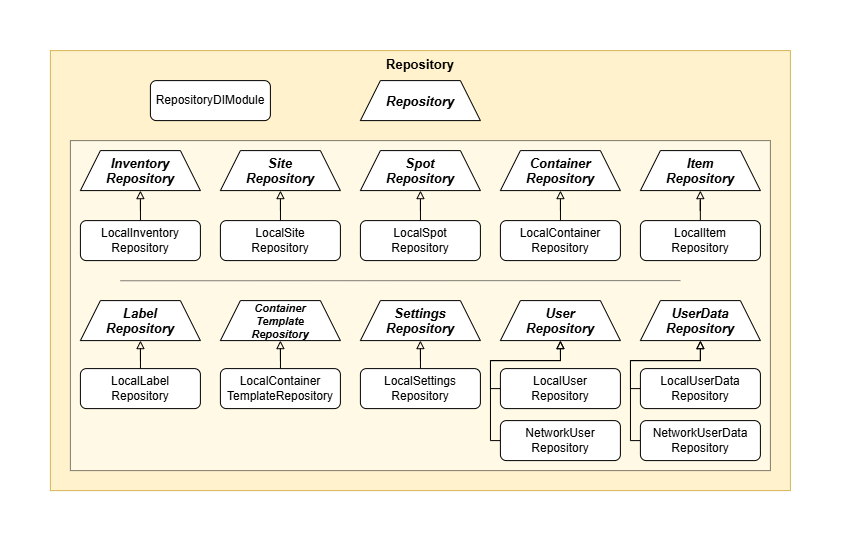
The draw.io diagram dev_doc/documents/_res/_sw_design_zoom/Software_Design_Diagram__Repository.png in filippochinni/inventory-app, before a commit. Source tidied: cells renumbered, new cells last; positions are measured from the earlier drawing's top-left corner, leaving out a move shared by most shapes.
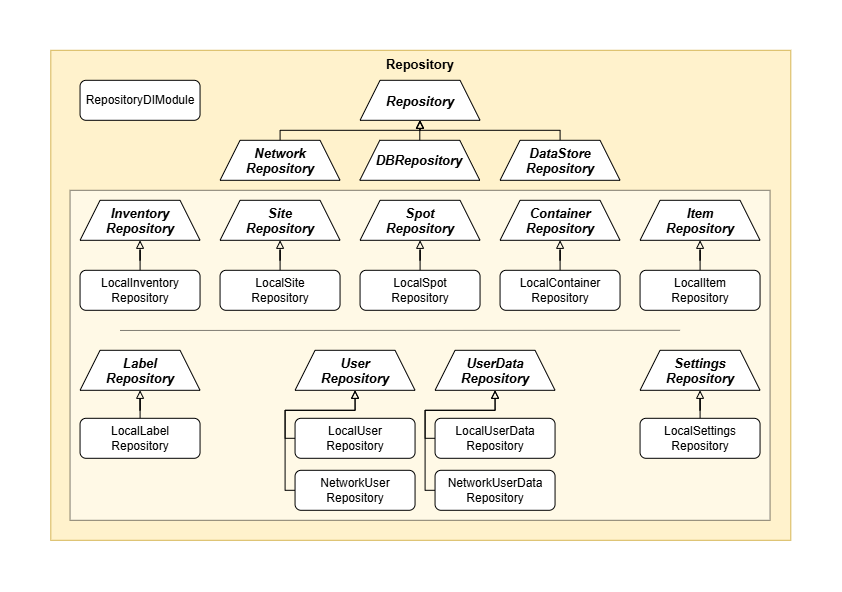
Later version of the same file.

Commit message:
Fix: Software Design Changes

Diff of the diagram source:
```diff
@@ -3,17 +3,17 @@
     <mxCell id="0" />
     <mxCell id="1" parent="0" />
     <mxCell id="2" value="&lt;b&gt;&lt;font style=&quot;font-size: 13px;&quot;&gt;Repository&lt;/font&gt;&lt;/b&gt;" style="rounded=0;whiteSpace=wrap;html=1;verticalAlign=top;fillColor=#fff2cc;strokeColor=#d6b656;" parent="1" vertex="1">
-      <mxGeometry width="740" height="440" as="geometry" />
+      <mxGeometry x="0.8" y="-50" width="740" height="490" as="geometry" />
     </mxCell>
     <mxCell id="3" value="&lt;div&gt;&lt;span style=&quot;background-color: transparent; color: light-dark(rgb(0, 0, 0), rgb(255, 255, 255));&quot;&gt;RepositoryDIModule&lt;/span&gt;&lt;/div&gt;" style="rounded=1;whiteSpace=wrap;html=1;glass=0;shadow=0;" parent="1" vertex="1">
-      <mxGeometry x="100" y="30" width="120" height="40" as="geometry" />
+      <mxGeometry x="30" y="-20" width="120" height="40" as="geometry" />
     </mxCell>
     <mxCell id="4" value="Repository" style="shape=trapezoid;perimeter=trapezoidPerimeter;whiteSpace=wrap;html=1;shapeInside=1;fixedSize=1;verticalAlign=middle;fontSize=13;fontStyle=3;" parent="1" vertex="1">
-      <mxGeometry x="310" y="30" width="120" height="40" as="geometry" />
+      <mxGeometry x="310" y="-20" width="120" height="40" as="geometry" />
     </mxCell>
-    <mxCell id="5" style="rounded=0;whiteSpace=wrap;html=1;opacity=50;" parent="1" vertex="1">
-      <mxGeometry x="20" y="90" width="700" height="330" as="geometry" />
-    </mxCell>
+    <mxCell id="41" style="rounded=0;whiteSpace=wrap;html=1;opacity=50;" parent="1" vertex="1">
+      <mxGeometry x="20" y="90" width="700" height="330" as="geometry" />
+    </mxCell>
     <mxCell id="6" value="Inventory&lt;br&gt;&lt;span style=&quot;background-color: transparent; color: light-dark(rgb(0, 0, 0), rgb(255, 255, 255));&quot;&gt;Repository&lt;/span&gt;" style="shape=trapezoid;perimeter=trapezoidPerimeter;whiteSpace=wrap;html=1;shapeInside=1;fixedSize=1;verticalAlign=middle;fontSize=13;fontStyle=3;" parent="1" vertex="1">
       <mxGeometry x="30" y="100" width="120" height="40" as="geometry" />
     </mxCell>
@@ -35,26 +35,23 @@
     <mxCell id="12" value="Item&lt;br&gt;Repository" style="shape=trapezoid;perimeter=trapezoidPerimeter;whiteSpace=wrap;html=1;shapeInside=1;fixedSize=1;verticalAlign=middle;fontSize=13;fontStyle=3;" parent="1" vertex="1">
       <mxGeometry x="590" y="100" width="120" height="40" as="geometry" />
     </mxCell>
-    <mxCell id="13" value="Container&lt;br&gt;Template&lt;br&gt;Repository" style="shape=trapezoid;perimeter=trapezoidPerimeter;whiteSpace=wrap;html=1;shapeInside=1;fixedSize=1;verticalAlign=middle;fontSize=11;fontStyle=3;" parent="1" vertex="1">
-      <mxGeometry x="170" y="250" width="120" height="40" as="geometry" />
-    </mxCell>
     <mxCell id="14" value="Label&lt;br&gt;Repository" style="shape=trapezoid;perimeter=trapezoidPerimeter;whiteSpace=wrap;html=1;shapeInside=1;fixedSize=1;verticalAlign=middle;fontSize=13;fontStyle=3;" parent="1" vertex="1">
       <mxGeometry x="30" y="250" width="120" height="40" as="geometry" />
     </mxCell>
-    <mxCell id="15" style="endArrow=none;html=1;rounded=0;entryX=0.894;entryY=0.368;entryDx=0;entryDy=0;entryPerimeter=0;textOpacity=50;fontSize=8;opacity=50;" parent="1" edge="1">
-      <mxGeometry relative="1" as="geometry">
-        <mxPoint x="70" y="230.2" as="sourcePoint" />
-        <mxPoint x="630" y="230" as="targetPoint" />
-      </mxGeometry>
-    </mxCell>
+    <mxCell id="42" style="endArrow=none;html=1;rounded=0;entryX=0.894;entryY=0.368;entryDx=0;entryDy=0;entryPerimeter=0;textOpacity=50;fontSize=8;opacity=50;" parent="1" edge="1">
+      <mxGeometry relative="1" as="geometry">
+        <mxPoint x="70" y="230.2" as="sourcePoint" />
+        <mxPoint x="630.1" y="230" as="targetPoint" />
+      </mxGeometry>
+    </mxCell>
     <mxCell id="16" value="Settings&lt;br&gt;Repository" style="shape=trapezoid;perimeter=trapezoidPerimeter;whiteSpace=wrap;html=1;shapeInside=1;fixedSize=1;verticalAlign=middle;fontSize=13;fontStyle=3;" parent="1" vertex="1">
-      <mxGeometry x="310" y="250" width="120" height="40" as="geometry" />
+      <mxGeometry x="590" y="250" width="120" height="40" as="geometry" />
     </mxCell>
     <mxCell id="17" value="User&lt;br&gt;Repository" style="shape=trapezoid;perimeter=trapezoidPerimeter;whiteSpace=wrap;html=1;shapeInside=1;fixedSize=1;verticalAlign=middle;fontSize=13;fontStyle=3;" parent="1" vertex="1">
-      <mxGeometry x="450" y="250" width="120" height="40" as="geometry" />
+      <mxGeometry x="245" y="250" width="120" height="40" as="geometry" />
     </mxCell>
     <mxCell id="18" value="UserData&lt;br&gt;Repository" style="shape=trapezoid;perimeter=trapezoidPerimeter;whiteSpace=wrap;html=1;shapeInside=1;fixedSize=1;verticalAlign=middle;fontSize=13;fontStyle=3;" parent="1" vertex="1">
-      <mxGeometry x="590" y="250" width="120" height="40" as="geometry" />
+      <mxGeometry x="385" y="250" width="120" height="40" as="geometry" />
     </mxCell>
     <mxCell id="19" style="edgeStyle=orthogonalEdgeStyle;rounded=0;jettySize=auto;html=1;endArrow=block;endFill=0;" parent="1" edge="1" source="20" target="7">
       <mxGeometry relative="1" as="geometry" />
@@ -86,65 +83,87 @@
     <mxCell id="28" value="&lt;div&gt;&lt;span style=&quot;background-color: transparent; color: light-dark(rgb(0, 0, 0), rgb(255, 255, 255));&quot;&gt;LocalLabel&lt;br&gt;Repository&lt;/span&gt;&lt;/div&gt;" style="rounded=1;whiteSpace=wrap;html=1;glass=0;shadow=0;" parent="1" vertex="1">
       <mxGeometry x="30" y="318" width="120" height="40" as="geometry" />
     </mxCell>
-    <mxCell id="29" style="edgeStyle=orthogonalEdgeStyle;rounded=0;jettySize=auto;html=1;entryX=0.5;entryY=1;entryDx=0;entryDy=0;endArrow=block;endFill=0;" parent="1" edge="1" source="30" target="13">
-      <mxGeometry relative="1" as="geometry" />
-    </mxCell>
-    <mxCell id="30" value="&lt;div&gt;&lt;span style=&quot;background-color: transparent; color: light-dark(rgb(0, 0, 0), rgb(255, 255, 255));&quot;&gt;LocalContainer&lt;br&gt;TemplateRepository&lt;/span&gt;&lt;/div&gt;" style="rounded=1;whiteSpace=wrap;html=1;glass=0;shadow=0;" parent="1" vertex="1">
-      <mxGeometry x="170" y="318" width="120" height="40" as="geometry" />
-    </mxCell>
     <mxCell id="31" style="edgeStyle=orthogonalEdgeStyle;rounded=0;jettySize=auto;html=1;entryX=0.5;entryY=1;entryDx=0;entryDy=0;endArrow=block;endFill=0;" parent="1" edge="1" source="32" target="16">
       <mxGeometry relative="1" as="geometry" />
     </mxCell>
     <mxCell id="32" value="&lt;div&gt;&lt;span style=&quot;background-color: transparent; color: light-dark(rgb(0, 0, 0), rgb(255, 255, 255));&quot;&gt;LocalSettings&lt;br&gt;Repository&lt;/span&gt;&lt;/div&gt;" style="rounded=1;whiteSpace=wrap;html=1;glass=0;shadow=0;" parent="1" vertex="1">
-      <mxGeometry x="310" y="318" width="120" height="40" as="geometry" />
+      <mxGeometry x="590" y="318" width="120" height="40" as="geometry" />
     </mxCell>
     <mxCell id="33" style="edgeStyle=orthogonalEdgeStyle;rounded=0;jettySize=auto;html=1;entryX=0.5;entryY=1;entryDx=0;entryDy=0;endArrow=block;endFill=0;" parent="1" edge="1" source="34" target="17">
       <mxGeometry relative="1" as="geometry">
         <Array as="points">
-          <mxPoint x="440" y="338" />
-          <mxPoint x="440" y="310" />
-          <mxPoint x="510" y="310" />
+          <mxPoint x="235" y="338" />
+          <mxPoint x="235" y="310" />
+          <mxPoint x="305" y="310" />
         </Array>
       </mxGeometry>
     </mxCell>
     <mxCell id="34" value="&lt;div&gt;&lt;span style=&quot;background-color: transparent; color: light-dark(rgb(0, 0, 0), rgb(255, 255, 255));&quot;&gt;LocalUser&lt;br&gt;Repository&lt;/span&gt;&lt;/div&gt;" style="rounded=1;whiteSpace=wrap;html=1;glass=0;shadow=0;" parent="1" vertex="1">
-      <mxGeometry x="450" y="318" width="120" height="40" as="geometry" />
+      <mxGeometry x="245" y="318" width="120" height="40" as="geometry" />
     </mxCell>
     <mxCell id="35" style="edgeStyle=orthogonalEdgeStyle;rounded=0;jettySize=auto;html=1;entryX=0.5;entryY=1;entryDx=0;entryDy=0;endArrow=block;endFill=0;" parent="1" edge="1" source="36" target="17">
       <mxGeometry relative="1" as="geometry">
         <Array as="points">
-          <mxPoint x="440" y="390" />
-          <mxPoint x="440" y="310" />
-          <mxPoint x="510" y="310" />
+          <mxPoint x="235" y="390" />
+          <mxPoint x="235" y="310" />
+          <mxPoint x="305" y="310" />
         </Array>
       </mxGeometry>
     </mxCell>
     <mxCell id="36" value="&lt;div&gt;&lt;span style=&quot;background-color: transparent; color: light-dark(rgb(0, 0, 0), rgb(255, 255, 255));&quot;&gt;NetworkUser&lt;br&gt;Repository&lt;/span&gt;&lt;/div&gt;" style="rounded=1;whiteSpace=wrap;html=1;glass=0;shadow=0;" parent="1" vertex="1">
-      <mxGeometry x="450" y="370" width="120" height="40" as="geometry" />
+      <mxGeometry x="245" y="370" width="120" height="40" as="geometry" />
     </mxCell>
     <mxCell id="37" style="edgeStyle=orthogonalEdgeStyle;rounded=0;jettySize=auto;html=1;entryX=0.5;entryY=1;entryDx=0;entryDy=0;endArrow=block;endFill=0;" parent="1" edge="1" source="38" target="18">
       <mxGeometry relative="1" as="geometry">
         <Array as="points">
-          <mxPoint x="580" y="390" />
-          <mxPoint x="580" y="310" />
-          <mxPoint x="650" y="310" />
+          <mxPoint x="375" y="390" />
+          <mxPoint x="375" y="310" />
+          <mxPoint x="445" y="310" />
         </Array>
       </mxGeometry>
     </mxCell>
     <mxCell id="38" value="&lt;div&gt;&lt;span style=&quot;background-color: transparent; color: light-dark(rgb(0, 0, 0), rgb(255, 255, 255));&quot;&gt;NetworkUserData&lt;br&gt;Repository&lt;/span&gt;&lt;/div&gt;" style="rounded=1;whiteSpace=wrap;html=1;glass=0;shadow=0;" parent="1" vertex="1">
-      <mxGeometry x="590" y="370" width="120" height="40" as="geometry" />
+      <mxGeometry x="385" y="370" width="120" height="40" as="geometry" />
     </mxCell>
     <mxCell id="39" style="edgeStyle=orthogonalEdgeStyle;rounded=0;jettySize=auto;html=1;entryX=0.5;entryY=1;entryDx=0;entryDy=0;endArrow=block;endFill=0;" parent="1" edge="1" source="40" target="18">
       <mxGeometry relative="1" as="geometry">
         <Array as="points">
-          <mxPoint x="580" y="338" />
-          <mxPoint x="580" y="310" />
-          <mxPoint x="650" y="310" />
+          <mxPoint x="375" y="338" />
+          <mxPoint x="375" y="310" />
+          <mxPoint x="445" y="310" />
         </Array>
       </mxGeometry>
     </mxCell>
     <mxCell id="40" value="&lt;div&gt;&lt;span style=&quot;background-color: transparent; color: light-dark(rgb(0, 0, 0), rgb(255, 255, 255));&quot;&gt;LocalUserData&lt;br&gt;Repository&lt;/span&gt;&lt;/div&gt;" style="rounded=1;whiteSpace=wrap;html=1;glass=0;shadow=0;" parent="1" vertex="1">
-      <mxGeometry x="590" y="318" width="120" height="40" as="geometry" />
+      <mxGeometry x="385" y="318" width="120" height="40" as="geometry" />
     </mxCell>
+    <mxCell id="43" style="edgeStyle=orthogonalEdgeStyle;rounded=0;jettySize=auto;html=1;entryX=0.5;entryY=1;entryDx=0;entryDy=0;endArrow=block;endFill=0;" parent="1" edge="1" source="44" target="4">
+      <mxGeometry relative="1" as="geometry" />
+    </mxCell>
+    <mxCell id="44" value="DBRepository" style="shape=trapezoid;perimeter=trapezoidPerimeter;whiteSpace=wrap;html=1;shapeInside=1;fixedSize=1;verticalAlign=middle;fontSize=13;fontStyle=3;" parent="1" vertex="1">
+      <mxGeometry x="309.8" y="40" width="120" height="40" as="geometry" />
+    </mxCell>
+    <mxCell id="45" style="edgeStyle=orthogonalEdgeStyle;rounded=0;jettySize=auto;html=1;entryX=0.5;entryY=1;entryDx=0;entryDy=0;endArrow=block;endFill=0;" parent="1" edge="1" source="46" target="4">
+      <mxGeometry relative="1" as="geometry">
+        <Array as="points">
+          <mxPoint x="510.1" y="30" />
+          <mxPoint x="370.1" y="30" />
+        </Array>
+      </mxGeometry>
+    </mxCell>
+    <mxCell id="46" value="DataStore&lt;br&gt;Repository" style="shape=trapezoid;perimeter=trapezoidPerimeter;whiteSpace=wrap;html=1;shapeInside=1;fixedSize=1;verticalAlign=middle;fontSize=13;fontStyle=3;" parent="1" vertex="1">
+      <mxGeometry x="450" y="40" width="120" height="40" as="geometry" />
+    </mxCell>
+    <mxCell id="47" style="edgeStyle=orthogonalEdgeStyle;rounded=0;jettySize=auto;html=1;entryX=0.5;entryY=1;entryDx=0;entryDy=0;endArrow=block;endFill=0;" parent="1" edge="1" source="48" target="4">
+      <mxGeometry relative="1" as="geometry">
+        <Array as="points">
+          <mxPoint x="230.1" y="30" />
+          <mxPoint x="370.1" y="30" />
+        </Array>
+      </mxGeometry>
+    </mxCell>
+    <mxCell id="48" value="Network&lt;br&gt;Repository" style="shape=trapezoid;perimeter=trapezoidPerimeter;whiteSpace=wrap;html=1;shapeInside=1;fixedSize=1;verticalAlign=middle;fontSize=13;fontStyle=3;" parent="1" vertex="1">
+      <mxGeometry x="170" y="40" width="120" height="40" as="geometry" />
+    </mxCell>
   </root>
 </mxGraphModel>
```
